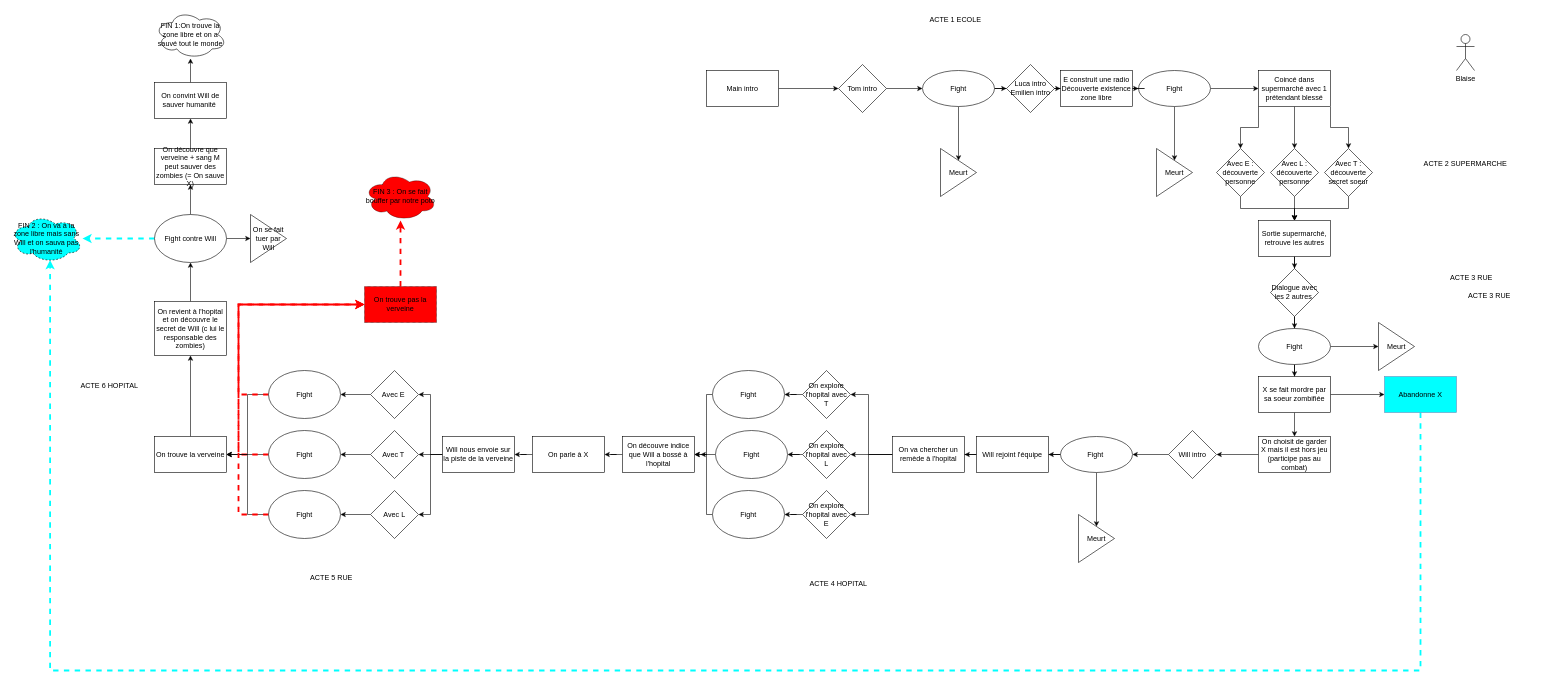
Earlier version of the draw.io diagram Histoire/wireframe_storyline.drawio (EvaDucay/crea_num). Source tidied: cells renumbered, new cells numbered last; positions are measured from the earlier drawing's top-left corner, leaving out a move shared by most shapes. Both pictures are drawn from the tidied source at 60%, with x=0, y=0 at pixel (10, 10).
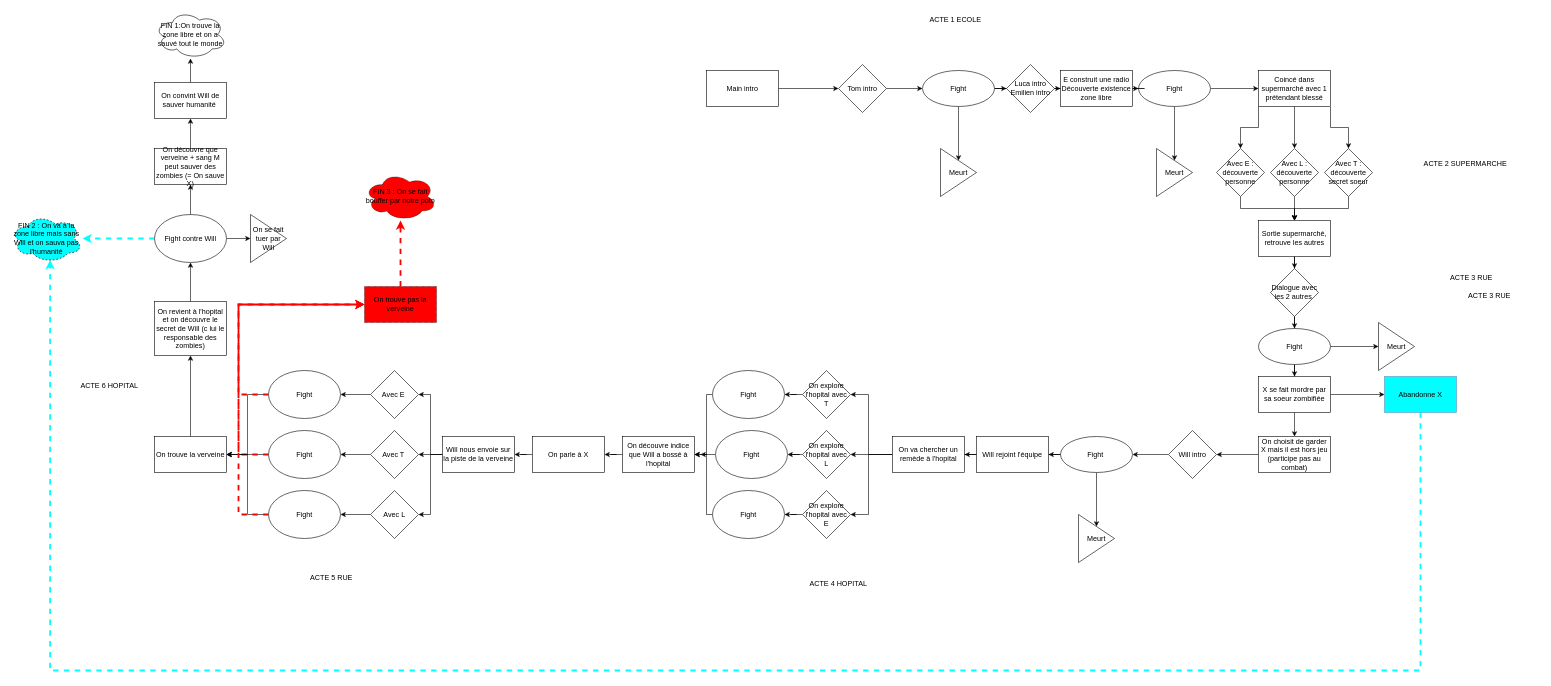
The same diagram, later.

What changed in the source:
```diff
@@
-    <mxCell id="79" value="Blaise" style="shape=umlActor;verticalLabelPosition=bottom;verticalAlign=top;html=1;" parent="1" vertex="1">
-      <mxGeometry x="2410" y="40" width="30" height="60" as="geometry" />
-    </mxCell>
```
